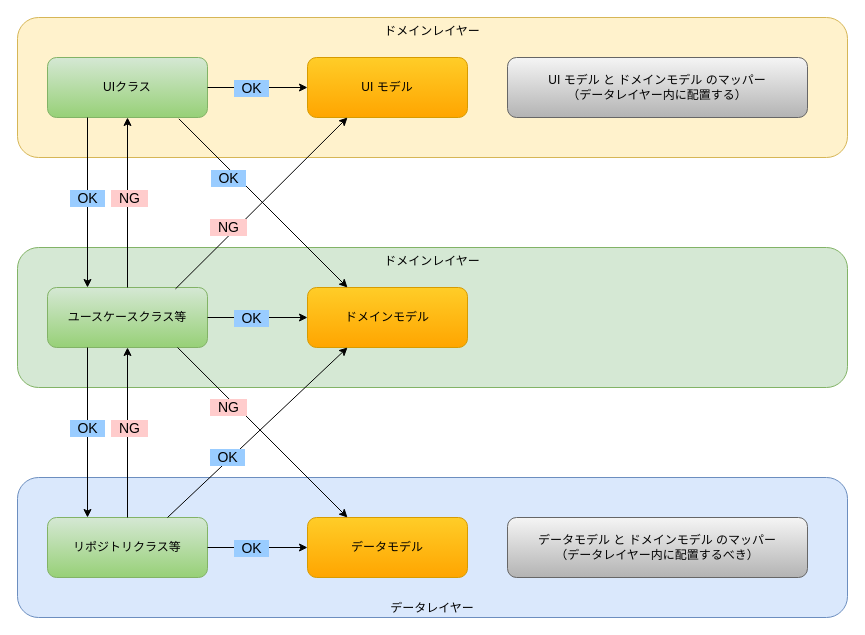
Before: 01.Android/Android Developers 公式ドキュメントの翻訳と補足/設計とプランニング/アプリアーキテクチャ/1.アーキテクチャガイド/画像/モデルと各レイヤーの依存関係.dio in okuda0715tech/OKUDA-Studio-Tech-Note, a draw.io diagram. Source tidied: cells renumbered, new cells numbered last; positions are measured from the earlier drawing's top-left corner, leaving out a move shared by most shapes. Both pictures are drawn from the tidied source at 100%, with x=0, y=0 at pixel (17, 17).
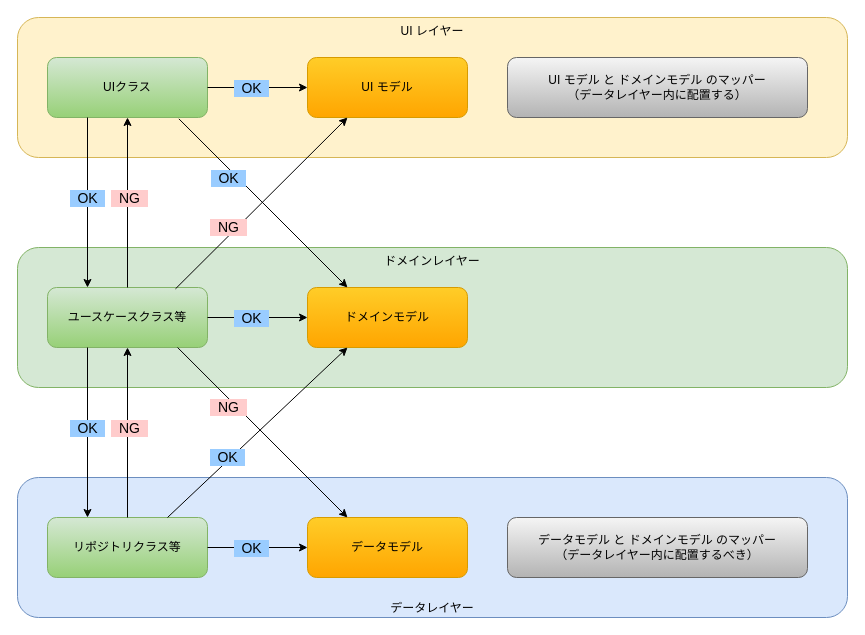
Above is the later version.

Diff of the diagram source:
```diff
@@
-    <mxCell id="20" value="ドメインレイヤー" style="rounded=1;whiteSpace=wrap;html=1;verticalAlign=top;labelBackgroundColor=none;fillColor=#fff2cc;strokeColor=#d6b656;" parent="1" vertex="1">
+    <mxCell id="20" value="UI レイヤー" style="rounded=1;whiteSpace=wrap;html=1;verticalAlign=top;labelBackgroundColor=none;fillColor=#fff2cc;strokeColor=#d6b656;" parent="1" vertex="1">
       <mxGeometry width="830" height="140" as="geometry" />
     </mxCell>
```
